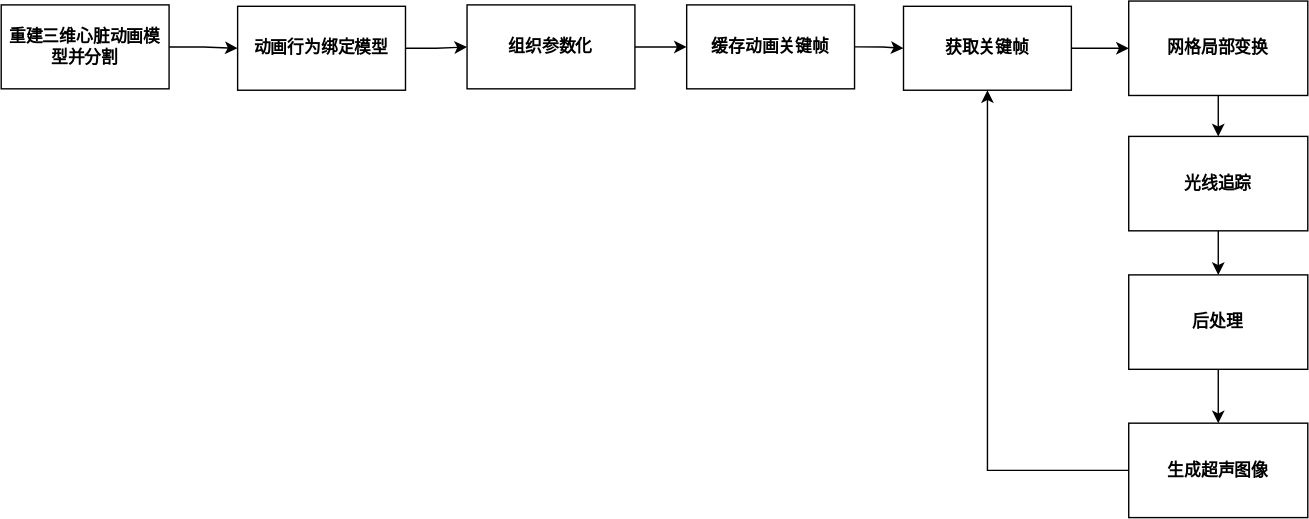
This is 技术路线.svg from shehuinidataoge/-, a draw.io export, as it was before one commit. Source tidied: cells renumbered, new cells last; positions are measured from the earlier drawing's top-left corner, leaving out a move shared by most shapes.
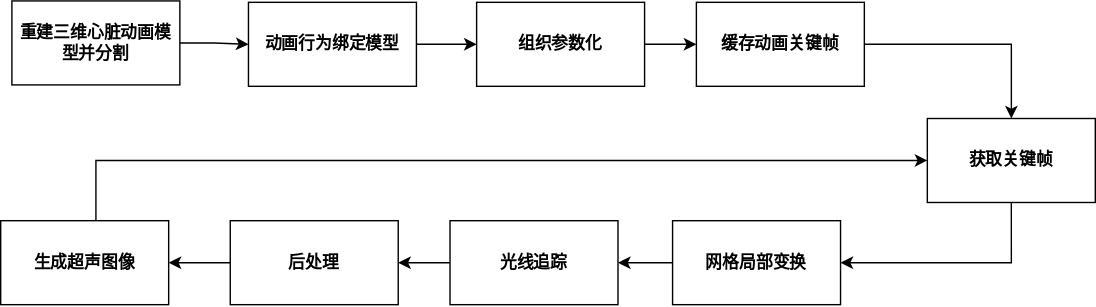
The same diagram one commit later.

Commit message:
更新技术路线.svg

What changed in the source:
```diff
@@ -14,47 +14,51 @@
     <mxCell id="5" value="动画行为绑定模型" style="rounded=0;whiteSpace=wrap;html=1;fontStyle=1;align=center;flipV=1;flipH=0;" parent="1" vertex="1">
       <mxGeometry x="169" y="4" width="120" height="60" as="geometry" />
     </mxCell>
-    <mxCell id="6" style="edgeStyle=orthogonalEdgeStyle;rounded=0;jettySize=auto;html=1;exitX=0.5;exitY=1;exitDx=0;exitDy=0;entryX=0.5;entryY=0;entryDx=0;entryDy=0;" parent="1" edge="1" source="7" target="15">
+    <mxCell id="6" style="edgeStyle=orthogonalEdgeStyle;rounded=0;jettySize=auto;html=1;" parent="1" edge="1" source="7" target="15">
       <mxGeometry relative="1" as="geometry" />
     </mxCell>
     <mxCell id="7" value="网格局部变换" style="rounded=0;whiteSpace=wrap;html=1;fontStyle=1;align=center;flipV=1;flipH=0;" parent="1" vertex="1">
-      <mxGeometry x="806" y="0.2" width="128" height="67.5" as="geometry" />
+      <mxGeometry x="472" y="160" width="120" height="60" as="geometry" />
     </mxCell>
     <mxCell id="8" style="edgeStyle=orthogonalEdgeStyle;rounded=0;jettySize=auto;html=1;" parent="1" edge="1" source="9" target="11">
       <mxGeometry relative="1" as="geometry" />
     </mxCell>
     <mxCell id="9" value="组织参数化" style="rounded=0;whiteSpace=wrap;html=1;fontStyle=1;align=center;flipV=1;flipH=0;" parent="1" vertex="1">
-      <mxGeometry x="333" y="3" width="120" height="60" as="geometry" />
+      <mxGeometry x="332" y="4" width="120" height="60" as="geometry" />
     </mxCell>
     <mxCell id="10" style="edgeStyle=orthogonalEdgeStyle;rounded=0;jettySize=auto;html=1;exitX=1;exitY=0.5;exitDx=0;exitDy=0;" parent="1" edge="1" source="11" target="13">
       <mxGeometry relative="1" as="geometry" />
     </mxCell>
-    <mxCell id="11" value="缓存动画关键帧" style="rounded=0;whiteSpace=wrap;html=1;fontStyle=1;align=center;flipV=1;flipH=0;" parent="1" vertex="1">
-      <mxGeometry x="490" y="3" width="120" height="60" as="geometry" />
+    <mxCell id="11" value="&lt;b&gt;缓存动画关键帧&lt;/b&gt;" style="rounded=0;whiteSpace=wrap;html=1;align=center;flipV=1;flipH=0;" parent="1" vertex="1">
+      <mxGeometry x="489" y="4" width="120" height="60" as="geometry" />
     </mxCell>
-    <mxCell id="12" style="edgeStyle=orthogonalEdgeStyle;rounded=0;jettySize=auto;html=1;exitX=1;exitY=0.5;exitDx=0;exitDy=0;" parent="1" edge="1" source="13" target="7">
+    <mxCell id="12" style="edgeStyle=orthogonalEdgeStyle;rounded=0;jettySize=auto;html=1;exitX=0.5;exitY=1;exitDx=0;exitDy=0;entryX=1;entryY=0.5;entryDx=0;entryDy=0;" parent="1" edge="1" source="13" target="7">
       <mxGeometry relative="1" as="geometry" />
     </mxCell>
     <mxCell id="13" value="获取关键帧" style="rounded=0;whiteSpace=wrap;html=1;fontStyle=1;align=center;flipV=1;flipH=0;" parent="1" vertex="1">
-      <mxGeometry x="645" y="4" width="120" height="60" as="geometry" />
+      <mxGeometry x="654" y="87" width="120" height="60" as="geometry" />
     </mxCell>
-    <mxCell id="14" style="edgeStyle=orthogonalEdgeStyle;rounded=0;jettySize=auto;html=1;exitX=0.5;exitY=1;exitDx=0;exitDy=0;entryX=0.5;entryY=0;entryDx=0;entryDy=0;" parent="1" edge="1" source="15" target="17">
+    <mxCell id="14" style="edgeStyle=orthogonalEdgeStyle;rounded=0;jettySize=auto;html=1;" parent="1" edge="1" source="15" target="17">
       <mxGeometry relative="1" as="geometry" />
     </mxCell>
     <mxCell id="15" value="光线追踪" style="rounded=0;whiteSpace=wrap;html=1;fontStyle=1;align=center;flipV=1;flipH=0;" parent="1" vertex="1">
-      <mxGeometry x="806" y="97" width="128" height="67.5" as="geometry" />
+      <mxGeometry x="313" y="160" width="120" height="60" as="geometry" />
     </mxCell>
-    <mxCell id="16" style="edgeStyle=orthogonalEdgeStyle;rounded=0;jettySize=auto;html=1;exitX=0.5;exitY=1;exitDx=0;exitDy=0;entryX=0.5;entryY=0;entryDx=0;entryDy=0;" parent="1" edge="1" source="17" target="19">
+    <mxCell id="16" style="edgeStyle=orthogonalEdgeStyle;rounded=0;jettySize=auto;html=1;" parent="1" edge="1" source="17" target="19">
       <mxGeometry relative="1" as="geometry" />
     </mxCell>
     <mxCell id="17" value="后处理" style="rounded=0;whiteSpace=wrap;html=1;fontStyle=1;align=center;flipV=1;flipH=0;" parent="1" vertex="1">
-      <mxGeometry x="806" y="196" width="128" height="67.5" as="geometry" />
+      <mxGeometry x="156" y="160" width="120" height="60" as="geometry" />
     </mxCell>
-    <mxCell id="18" style="edgeStyle=orthogonalEdgeStyle;rounded=0;jettySize=auto;html=1;exitX=0;exitY=0.5;exitDx=0;exitDy=0;entryX=0.5;entryY=1;entryDx=0;entryDy=0;" parent="1" edge="1" source="19" target="13">
-      <mxGeometry relative="1" as="geometry" />
+    <mxCell id="18" style="edgeStyle=orthogonalEdgeStyle;rounded=0;jettySize=auto;html=1;entryX=0;entryY=0.5;entryDx=0;entryDy=0;" parent="1" edge="1" source="19" target="13">
+      <mxGeometry relative="1" as="geometry">
+        <Array as="points">
+          <mxPoint x="60" y="117" />
+        </Array>
+      </mxGeometry>
     </mxCell>
     <mxCell id="19" value="生成超声图像" style="rounded=0;whiteSpace=wrap;html=1;fontStyle=1;align=center;flipV=1;flipH=0;" parent="1" vertex="1">
-      <mxGeometry x="806" y="302" width="128" height="67.5" as="geometry" />
+      <mxGeometry x="-8" y="160" width="120" height="60" as="geometry" />
     </mxCell>
   </root>
 </mxGraphModel>
```
